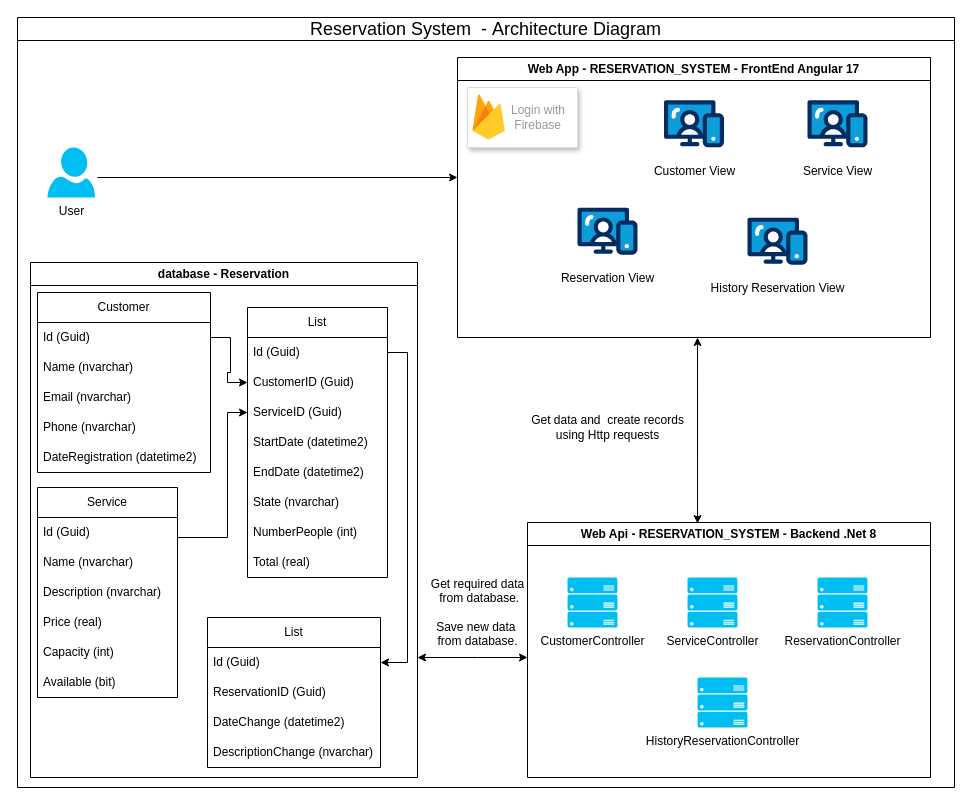
The draw.io diagram ReservationSystem_ArchitectureDiagram.drawio in heylermontoya/ReservationSystemXolit, before the edit. Source tidied: cells renumbered, new cells numbered last; positions are measured from the earlier drawing's top-left corner, leaving out a move shared by most shapes. Both pictures are drawn from the tidied source at 100%, with x=0, y=0 at pixel (17, 17).
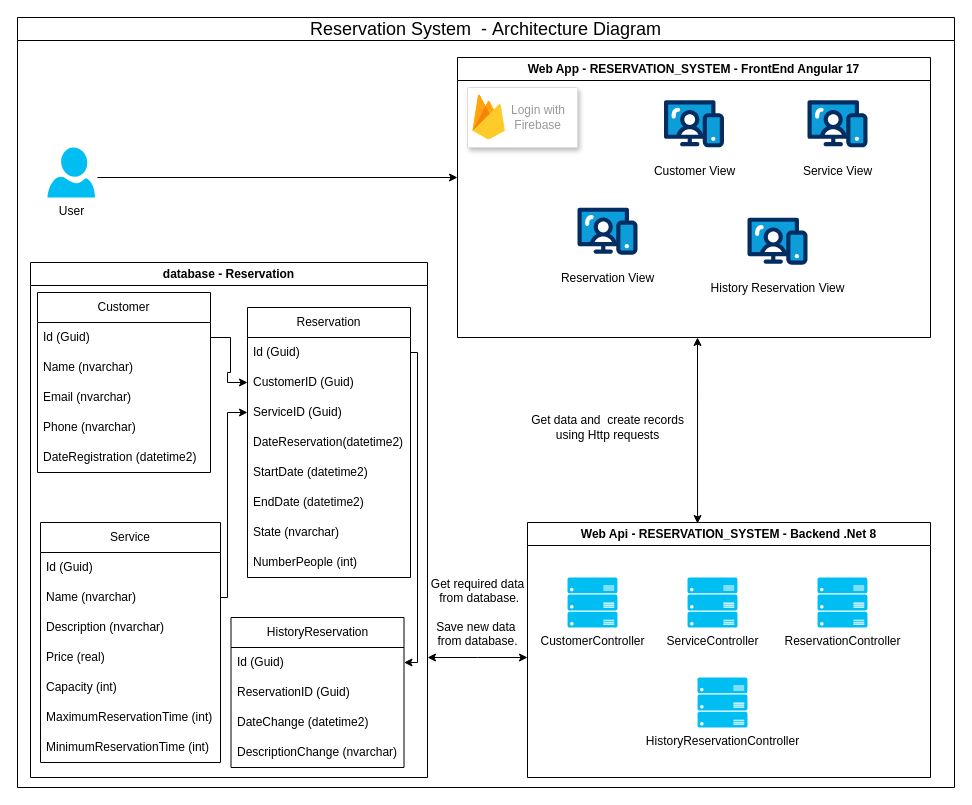
The same diagram, later.

Unchanged cells that the change refers to:
```xml
<mxCell id="2" value="&lt;span style=&quot;font-size: 18px; font-weight: 400; text-wrap: nowrap;&quot;&gt;Reservation System&amp;nbsp; -&amp;nbsp;&lt;/span&gt;&lt;span style=&quot;font-size: 18px; font-weight: 400; text-wrap: nowrap;&quot;&gt;Architecture Diagram&lt;/span&gt;" style="swimlane;whiteSpace=wrap;html=1;startSize=23;" parent="1" vertex="1">
  <mxGeometry width="937" height="770" as="geometry" />
</mxCell>
<mxCell id="42" value="Id (Guid)" style="text;strokeColor=none;fillColor=none;align=left;verticalAlign=middle;spacingLeft=4;spacingRight=4;overflow=hidden;points=[[0,0.5],[1,0.5]];portConstraint=eastwest;whiteSpace=wrap;html=1;" parent="41" vertex="1">
  <mxGeometry y="30" width="173" height="30" as="geometry" />
</mxCell>
```

The edit, as a diff of the source:
```diff
@@
     <mxCell id="18" value="database -&amp;nbsp;Reservation" style="swimlane;whiteSpace=wrap;html=1;" parent="2" vertex="1">
-      <mxGeometry x="13" y="245" width="387" height="515" as="geometry" />
+      <mxGeometry x="13" y="245" width="397" height="515" as="geometry" />
     </mxCell>
@@
     <mxCell id="25" value="Service" style="swimlane;fontStyle=0;horizontal=1;startSize=30;whiteSpace=wrap;html=1;" parent="18" vertex="1">
-      <mxGeometry x="7" y="225" width="140" height="210" as="geometry" />
+      <mxGeometry x="10" y="260" width="180" height="240" as="geometry" />
     </mxCell>
     <mxCell id="26" value="Id (Guid)" style="text;strokeColor=none;fillColor=none;align=left;verticalAlign=middle;spacingLeft=4;spacingRight=4;overflow=hidden;whiteSpace=wrap;html=1;" parent="25" vertex="1">
-      <mxGeometry y="30" width="140" height="30" as="geometry" />
+      <mxGeometry y="30" width="180" height="30" as="geometry" />
     </mxCell>
     <mxCell id="27" value="&lt;div&gt;&lt;span style=&quot;background-color: initial;&quot;&gt;Name (nvarchar)&lt;/span&gt;&lt;br&gt;&lt;/div&gt;" style="text;strokeColor=none;fillColor=none;align=left;verticalAlign=middle;spacingLeft=4;spacingRight=4;overflow=hidden;points=[[0,0.5],[1,0.5]];portConstraint=eastwest;whiteSpace=wrap;html=1;" parent="25" vertex="1">
-      <mxGeometry y="60" width="140" height="30" as="geometry" />
+      <mxGeometry y="60" width="180" height="30" as="geometry" />
     </mxCell>
     <mxCell id="28" value="&lt;div&gt;&lt;span style=&quot;background-color: initial;&quot;&gt;Description (&lt;/span&gt;&lt;span style=&quot;background-color: initial;&quot;&gt;nvarchar)&lt;/span&gt;&lt;br&gt;&lt;/div&gt;" style="text;strokeColor=none;fillColor=none;align=left;verticalAlign=middle;spacingLeft=4;spacingRight=4;overflow=hidden;whiteSpace=wrap;html=1;" parent="25" vertex="1">
-      <mxGeometry y="90" width="140" height="30" as="geometry" />
+      <mxGeometry y="90" width="180" height="30" as="geometry" />
     </mxCell>
     <mxCell id="29" value="&lt;div&gt;&lt;span style=&quot;background-color: initial;&quot;&gt;Price&amp;nbsp;&lt;/span&gt;&lt;span style=&quot;background-color: initial;&quot;&gt;(&lt;/span&gt;&lt;span style=&quot;background-color: initial;&quot;&gt;real)&lt;/span&gt;&lt;br&gt;&lt;/div&gt;" style="text;strokeColor=none;fillColor=none;align=left;verticalAlign=middle;spacingLeft=4;spacingRight=4;overflow=hidden;whiteSpace=wrap;html=1;" parent="25" vertex="1">
-      <mxGeometry y="120" width="140" height="30" as="geometry" />
+      <mxGeometry y="120" width="180" height="30" as="geometry" />
     </mxCell>
     <mxCell id="30" value="&lt;div&gt;&lt;span style=&quot;background-color: initial;&quot;&gt;Capacity&amp;nbsp;&lt;/span&gt;&lt;span style=&quot;background-color: initial;&quot;&gt;(&lt;/span&gt;&lt;span style=&quot;background-color: initial;&quot;&gt;int)&lt;/span&gt;&lt;br&gt;&lt;/div&gt;" style="text;strokeColor=none;fillColor=none;align=left;verticalAlign=middle;spacingLeft=4;spacingRight=4;overflow=hidden;whiteSpace=wrap;html=1;" parent="25" vertex="1">
-      <mxGeometry y="150" width="140" height="30" as="geometry" />
+      <mxGeometry y="150" width="180" height="30" as="geometry" />
     </mxCell>
-    <mxCell id="31" value="&lt;div&gt;&lt;span style=&quot;background-color: initial;&quot;&gt;Available&amp;nbsp;&lt;/span&gt;&lt;span style=&quot;background-color: initial;&quot;&gt;(&lt;/span&gt;&lt;span style=&quot;background-color: initial;&quot;&gt;bit)&lt;/span&gt;&lt;br&gt;&lt;/div&gt;" style="text;strokeColor=none;fillColor=none;align=left;verticalAlign=middle;spacingLeft=4;spacingRight=4;overflow=hidden;whiteSpace=wrap;html=1;" parent="25" vertex="1">
-      <mxGeometry y="180" width="140" height="30" as="geometry" />
+    <mxCell id="31" value="&lt;div&gt;MaximumReservationTime (int)&lt;br&gt;&lt;/div&gt;" style="text;strokeColor=none;fillColor=none;align=left;verticalAlign=middle;spacingLeft=4;spacingRight=4;overflow=hidden;whiteSpace=wrap;html=1;" parent="25" vertex="1">
+      <mxGeometry y="180" width="180" height="30" as="geometry" />
     </mxCell>
+    <mxCell id="52" value="&lt;div&gt;MinimumReservationTime (int)&lt;br&gt;&lt;/div&gt;" style="text;strokeColor=none;fillColor=none;align=left;verticalAlign=middle;spacingLeft=4;spacingRight=4;overflow=hidden;whiteSpace=wrap;html=1;" parent="25" vertex="1">
+      <mxGeometry y="210" width="180" height="30" as="geometry" />
+    </mxCell>
-    <mxCell id="32" value="List" style="swimlane;fontStyle=0;horizontal=1;startSize=30;whiteSpace=wrap;html=1;" parent="18" vertex="1">
-      <mxGeometry x="217" y="45" width="140" height="270" as="geometry" />
+    <mxCell id="32" value="Reservation" style="swimlane;fontStyle=0;horizontal=1;startSize=30;whiteSpace=wrap;html=1;" parent="18" vertex="1">
+      <mxGeometry x="217" y="45" width="163" height="270" as="geometry" />
     </mxCell>
     <mxCell id="33" value="Id (Guid)" style="text;strokeColor=none;fillColor=none;align=left;verticalAlign=middle;spacingLeft=4;spacingRight=4;overflow=hidden;points=[[0,0.5],[1,0.5]];portConstraint=eastwest;whiteSpace=wrap;html=1;" parent="32" vertex="1">
-      <mxGeometry y="30" width="140" height="30" as="geometry" />
+      <mxGeometry y="30" width="163" height="30" as="geometry" />
     </mxCell>
     <mxCell id="34" value="CustomerID (Guid)" style="text;strokeColor=none;fillColor=none;align=left;verticalAlign=middle;spacingLeft=4;spacingRight=4;overflow=hidden;points=[[0,0.5],[1,0.5]];portConstraint=eastwest;whiteSpace=wrap;html=1;" parent="32" vertex="1">
-      <mxGeometry y="60" width="140" height="30" as="geometry" />
+      <mxGeometry y="60" width="163" height="30" as="geometry" />
     </mxCell>
     <mxCell id="35" value="ServiceID (Guid)" style="text;strokeColor=none;fillColor=none;align=left;verticalAlign=middle;spacingLeft=4;spacingRight=4;overflow=hidden;points=[[0,0.5],[1,0.5]];portConstraint=eastwest;whiteSpace=wrap;html=1;" parent="32" vertex="1">
-      <mxGeometry y="90" width="140" height="30" as="geometry" />
+      <mxGeometry y="90" width="163" height="30" as="geometry" />
     </mxCell>
+    <mxCell id="53" value="DateReservation(datetime2)" style="text;strokeColor=none;fillColor=none;align=left;verticalAlign=middle;spacingLeft=4;spacingRight=4;overflow=hidden;whiteSpace=wrap;html=1;" parent="32" vertex="1">
+      <mxGeometry y="120" width="163" height="30" as="geometry" />
+    </mxCell>
     <mxCell id="36" value="StartDate (datetime2)" style="text;strokeColor=none;fillColor=none;align=left;verticalAlign=middle;spacingLeft=4;spacingRight=4;overflow=hidden;whiteSpace=wrap;html=1;" parent="32" vertex="1">
-      <mxGeometry y="120" width="140" height="30" as="geometry" />
+      <mxGeometry y="150" width="163" height="30" as="geometry" />
     </mxCell>
     <mxCell id="37" value="EndDate (datetime2)" style="text;strokeColor=none;fillColor=none;align=left;verticalAlign=middle;spacingLeft=4;spacingRight=4;overflow=hidden;whiteSpace=wrap;html=1;" parent="32" vertex="1">
-      <mxGeometry y="150" width="140" height="30" as="geometry" />
+      <mxGeometry y="180" width="163" height="30" as="geometry" />
     </mxCell>
     <mxCell id="38" value="State (nvarchar)" style="text;strokeColor=none;fillColor=none;align=left;verticalAlign=middle;spacingLeft=4;spacingRight=4;overflow=hidden;whiteSpace=wrap;html=1;" parent="32" vertex="1">
-      <mxGeometry y="180" width="140" height="30" as="geometry" />
+      <mxGeometry y="210" width="163" height="30" as="geometry" />
     </mxCell>
     <mxCell id="39" value="NumberPeople (int)" style="text;strokeColor=none;fillColor=none;align=left;verticalAlign=middle;spacingLeft=4;spacingRight=4;overflow=hidden;whiteSpace=wrap;html=1;" parent="32" vertex="1">
-      <mxGeometry y="210" width="140" height="30" as="geometry" />
+      <mxGeometry y="240" width="163" height="30" as="geometry" />
     </mxCell>
-    <mxCell id="40" value="Total (real)" style="text;strokeColor=none;fillColor=none;align=left;verticalAlign=middle;spacingLeft=4;spacingRight=4;overflow=hidden;whiteSpace=wrap;html=1;" parent="32" vertex="1">
-      <mxGeometry y="240" width="140" height="30" as="geometry" />
-    </mxCell>
-    <mxCell id="41" value="List" style="swimlane;fontStyle=0;horizontal=1;startSize=30;whiteSpace=wrap;html=1;" parent="18" vertex="1">
-      <mxGeometry x="177" y="355" width="173" height="150" as="geometry" />
+    <mxCell id="41" value="HistoryReservation" style="swimlane;fontStyle=0;horizontal=1;startSize=30;whiteSpace=wrap;html=1;" parent="18" vertex="1">
+      <mxGeometry x="200.5" y="355" width="173" height="150" as="geometry" />
     </mxCell>
@@
     <mxCell id="47" style="edgeStyle=orthogonalEdgeStyle;rounded=0;jettySize=auto;html=1;exitX=1;exitY=0.5;exitDx=0;exitDy=0;entryX=0;entryY=0.5;entryDx=0;entryDy=0;" parent="18" edge="1" source="27" target="35">
       <mxGeometry relative="1" as="geometry">
         <Array as="points">
-          <mxPoint x="147" y="275" />
-          <mxPoint x="197" y="275" />
+          <mxPoint x="197" y="335" />
           <mxPoint x="197" y="150" />
         </Array>
       </mxGeometry>
     </mxCell>
     <mxCell id="48" style="edgeStyle=orthogonalEdgeStyle;rounded=0;jettySize=auto;html=1;exitX=1;exitY=0.5;exitDx=0;exitDy=0;entryX=1;entryY=0.5;entryDx=0;entryDy=0;" parent="18" edge="1" source="33" target="42">
-      <mxGeometry relative="1" as="geometry" />
+      <mxGeometry relative="1" as="geometry">
+        <Array as="points">
+          <mxPoint x="387" y="90" />
+          <mxPoint x="387" y="400" />
+        </Array>
+      </mxGeometry>
     </mxCell>
@@
     <mxCell id="51" style="endArrow=classic;startArrow=classic;html=1;rounded=0;" parent="1" edge="1">
       <mxGeometry relative="1" as="geometry">
-        <mxPoint x="400" y="640" as="sourcePoint" />
+        <mxPoint x="410" y="640" as="sourcePoint" />
         <mxPoint x="510" y="640" as="targetPoint" />
         <Array as="points">
           <mxPoint x="460" y="640" />
         </Array>
       </mxGeometry>
     </mxCell>
```
